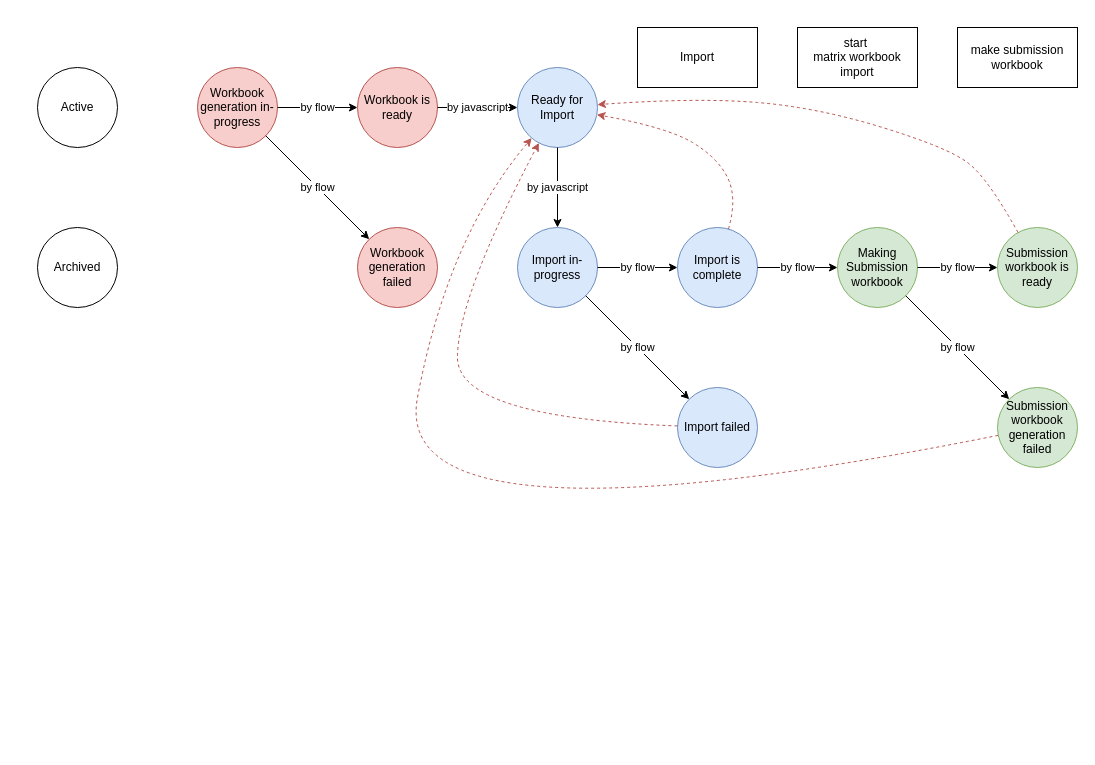
Earlier version of the draw.io diagram page "Page-12" (12 of 12) of Data portal.drawio (danieldotskc/helloworld). Source tidied: cells renumbered, new cells numbered last; positions are measured from the earlier drawing's top-left corner, leaving out a move shared by most shapes. Both pictures are drawn from the tidied source at 100%, with x=0, y=0 at pixel (37, 27).
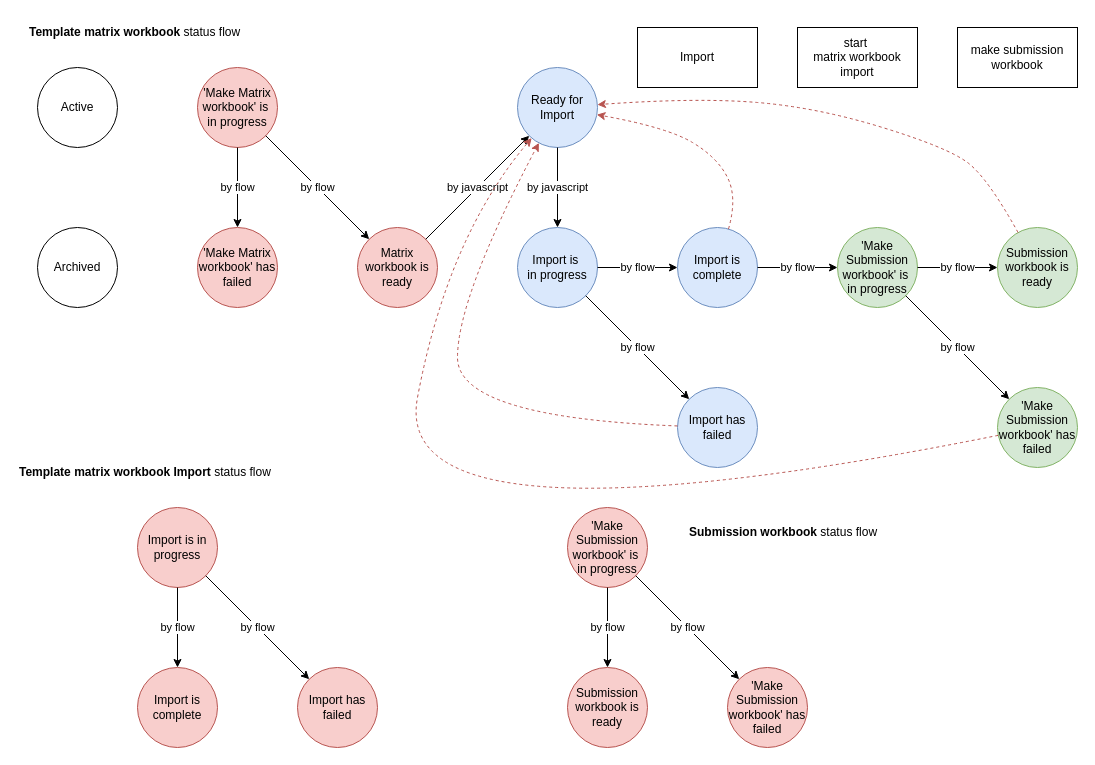
Above is the later version.

Diff of the diagram source:
```diff
@@
-    <mxCell id="4" value="Workbook generation in-progress" style="ellipse;whiteSpace=wrap;html=1;fillColor=#f8cecc;strokeColor=#b85450;" parent="1" vertex="1">
+    <mxCell id="4" value="'Make&amp;nbsp;&lt;span style=&quot;background-color: initial;&quot;&gt;Matrix workbook' is&amp;nbsp;&lt;/span&gt;&lt;div&gt;in progress&lt;/div&gt;" style="ellipse;whiteSpace=wrap;html=1;fillColor=#f8cecc;strokeColor=#b85450;" parent="1" vertex="1">
       <mxGeometry x="160" y="40" width="80" height="80" as="geometry" />
     </mxCell>
@@
-    <mxCell id="6" value="Workbook is ready" style="ellipse;whiteSpace=wrap;html=1;fillColor=#f8cecc;strokeColor=#b85450;" parent="1" vertex="1">
-      <mxGeometry x="320" y="40" width="80" height="80" as="geometry" />
+    <mxCell id="6" value="Matrix workbook is ready" style="ellipse;whiteSpace=wrap;html=1;fillColor=#f8cecc;strokeColor=#b85450;" parent="1" vertex="1">
+      <mxGeometry x="320" y="200" width="80" height="80" as="geometry" />
     </mxCell>
@@
-    <mxCell id="8" value="Import failed" style="ellipse;whiteSpace=wrap;html=1;fillColor=#dae8fc;strokeColor=#6c8ebf;" parent="1" vertex="1">
+    <mxCell id="8" value="Import has failed" style="ellipse;whiteSpace=wrap;html=1;fillColor=#dae8fc;strokeColor=#6c8ebf;" parent="1" vertex="1">
       <mxGeometry x="640" y="360" width="80" height="80" as="geometry" />
     </mxCell>
-    <mxCell id="9" value="Workbook generation failed" style="ellipse;whiteSpace=wrap;html=1;fillColor=#f8cecc;strokeColor=#b85450;" parent="1" vertex="1">
-      <mxGeometry x="320" y="200" width="80" height="80" as="geometry" />
+    <mxCell id="9" value="'Make&amp;nbsp;&lt;span style=&quot;background-color: initial;&quot;&gt;Matrix workbook' has failed&lt;/span&gt;" style="ellipse;whiteSpace=wrap;html=1;fillColor=#f8cecc;strokeColor=#b85450;" parent="1" vertex="1">
+      <mxGeometry x="160" y="200" width="80" height="80" as="geometry" />
     </mxCell>
-    <mxCell id="10" value="Import in-progress" style="ellipse;whiteSpace=wrap;html=1;fillColor=#dae8fc;strokeColor=#6c8ebf;" parent="1" vertex="1">
+    <mxCell id="10" value="Import is&amp;nbsp;&lt;div&gt;in progress&lt;/div&gt;" style="ellipse;whiteSpace=wrap;html=1;fillColor=#dae8fc;strokeColor=#6c8ebf;" parent="1" vertex="1">
       <mxGeometry x="480" y="200" width="80" height="80" as="geometry" />
     </mxCell>
-    <mxCell id="11" value="Making Submission workbook" style="ellipse;whiteSpace=wrap;html=1;fillColor=#d5e8d4;strokeColor=#82b366;" parent="1" vertex="1">
+    <mxCell id="11" value="'Make Submission workbook' is&amp;nbsp;&lt;div&gt;in progress&lt;/div&gt;" style="ellipse;whiteSpace=wrap;html=1;fillColor=#d5e8d4;strokeColor=#82b366;" parent="1" vertex="1">
       <mxGeometry x="800" y="200" width="80" height="80" as="geometry" />
     </mxCell>
@@
-    <mxCell id="24" value="Submission workbook generation failed" style="ellipse;whiteSpace=wrap;html=1;fillColor=#d5e8d4;strokeColor=#82b366;" parent="1" vertex="1">
+    <mxCell id="24" value="'Make Submission workbook' has failed" style="ellipse;whiteSpace=wrap;html=1;fillColor=#d5e8d4;strokeColor=#82b366;" parent="1" vertex="1">
       <mxGeometry x="960" y="360" width="80" height="80" as="geometry" />
     </mxCell>
@@
+    <mxCell id="30" value="Import is in progress" style="ellipse;whiteSpace=wrap;html=1;fillColor=#f8cecc;strokeColor=#b85450;" parent="1" vertex="1">
+      <mxGeometry x="100" y="480" width="80" height="80" as="geometry" />
+    </mxCell>
+    <mxCell id="31" value="Import is complete" style="ellipse;whiteSpace=wrap;html=1;fillColor=#f8cecc;strokeColor=#b85450;" parent="1" vertex="1">
+      <mxGeometry x="100" y="640" width="80" height="80" as="geometry" />
+    </mxCell>
+    <mxCell id="32" value="Import has failed" style="ellipse;whiteSpace=wrap;html=1;fillColor=#f8cecc;strokeColor=#b85450;" parent="1" vertex="1">
+      <mxGeometry x="260" y="640" width="80" height="80" as="geometry" />
+    </mxCell>
+    <mxCell id="33" value="by flow" style="endArrow=classic;html=1;rounded=0;" parent="1" edge="1" source="30" target="31">
+      <mxGeometry relative="1" as="geometry" />
+    </mxCell>
+    <mxCell id="34" value="by flow" style="endArrow=classic;html=1;rounded=0;" parent="1" edge="1" source="30" target="32">
+      <mxGeometry relative="1" as="geometry" />
+    </mxCell>
+    <mxCell id="35" value="'Make Submission workbook' is&amp;nbsp;&lt;div&gt;in progress&lt;/div&gt;" style="ellipse;whiteSpace=wrap;html=1;fillColor=#f8cecc;strokeColor=#b85450;" parent="1" vertex="1">
+      <mxGeometry x="530" y="480" width="80" height="80" as="geometry" />
+    </mxCell>
+    <mxCell id="36" value="Submission workbook is ready" style="ellipse;whiteSpace=wrap;html=1;fillColor=#f8cecc;strokeColor=#b85450;" parent="1" vertex="1">
+      <mxGeometry x="530" y="640" width="80" height="80" as="geometry" />
+    </mxCell>
+    <mxCell id="37" value="'Make Submission workbook' has failed" style="ellipse;whiteSpace=wrap;html=1;fillColor=#f8cecc;strokeColor=#b85450;" parent="1" vertex="1">
+      <mxGeometry x="690" y="640" width="80" height="80" as="geometry" />
+    </mxCell>
+    <mxCell id="38" value="by flow" style="endArrow=classic;html=1;rounded=0;" parent="1" edge="1" source="35" target="36">
+      <mxGeometry relative="1" as="geometry" />
+    </mxCell>
+    <mxCell id="39" value="by flow" style="endArrow=classic;html=1;rounded=0;" parent="1" edge="1" source="35" target="37">
+      <mxGeometry relative="1" as="geometry" />
+    </mxCell>
+    <mxCell id="40" value="Template matrix workbook Import &lt;span style=&quot;font-weight: normal;&quot;&gt;status flow&lt;/span&gt;" style="text;html=1;align=left;verticalAlign=middle;whiteSpace=wrap;rounded=0;fontStyle=1;" parent="1" vertex="1">
+      <mxGeometry x="-20" y="430" width="290" height="30" as="geometry" />
+    </mxCell>
+    <mxCell id="41" value="Template matrix workbook &lt;span style=&quot;font-weight: normal;&quot;&gt;status flow&lt;/span&gt;" style="text;html=1;align=left;verticalAlign=middle;whiteSpace=wrap;rounded=0;fontStyle=1;" parent="1" vertex="1">
+      <mxGeometry x="-10" y="-10" width="290" height="30" as="geometry" />
+    </mxCell>
+    <mxCell id="42" value="Submission workbook&amp;nbsp;&lt;span style=&quot;font-weight: normal;&quot;&gt;status flow&lt;/span&gt;" style="text;html=1;align=left;verticalAlign=middle;whiteSpace=wrap;rounded=0;fontStyle=1;" parent="1" vertex="1">
+      <mxGeometry x="650" y="490" width="290" height="30" as="geometry" />
+    </mxCell>
```
